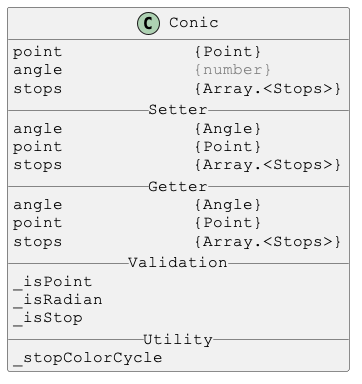
Earlier version of the PlantUML export docs/PlantUml/images/Conic.png (Justin-Byrne/canvasLab). Source of this version:
```plantuml
@startuml

skinparam DefaultFontSize 16
skinparam DefaultFontName Courier New

class Conic {
point             {Point}
angle             <color:gray>{number}</color>
stops             {Array.<Stops>}
__ Setter __
angle             {Angle}
point             {Point}
stops             {Array.<Stops>}
__ Getter __
angle             {Angle}
point             {Point}
stops             {Array.<Stops>}
__ Validation __
_isPoint
_isRadian
_isStop
__ Utility __
_stopColorCycle
}

@enduml
```
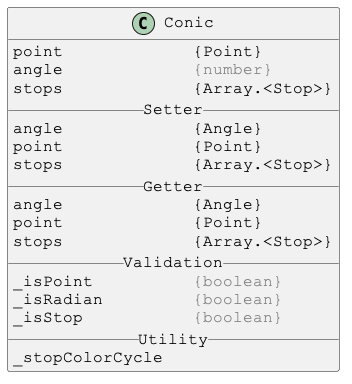
The same diagram one commit later.

Diff of the diagram source:
```diff
@@ -6,19 +6,19 @@
 class Conic {
 point             {Point}
 angle             <color:gray>{number}</color>
-stops             {Array.<Stops>}
+stops             {Array.<Stop>}
 __ Setter __
 angle             {Angle}
 point             {Point}
-stops             {Array.<Stops>}
+stops             {Array.<Stop>}
 __ Getter __
 angle             {Angle}
 point             {Point}
-stops             {Array.<Stops>}
+stops             {Array.<Stop>}
 __ Validation __
-_isPoint
-_isRadian
-_isStop
+_isPoint          <color:gray>{boolean}</color>
+_isRadian         <color:gray>{boolean}</color>
+_isStop           <color:gray>{boolean}</color>
 __ Utility __
 _stopColorCycle
 }
```
